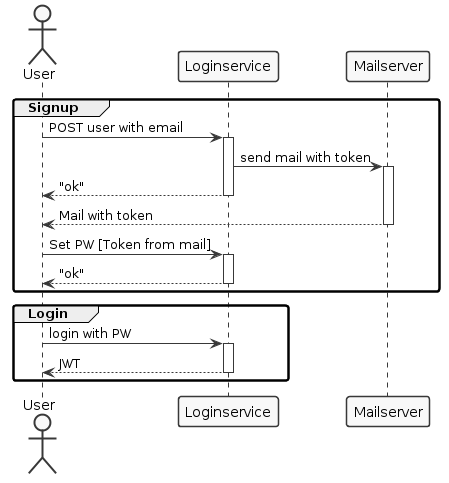
Above: signup.png in phuhl/apparts-login-server (PlantUML), before the change.
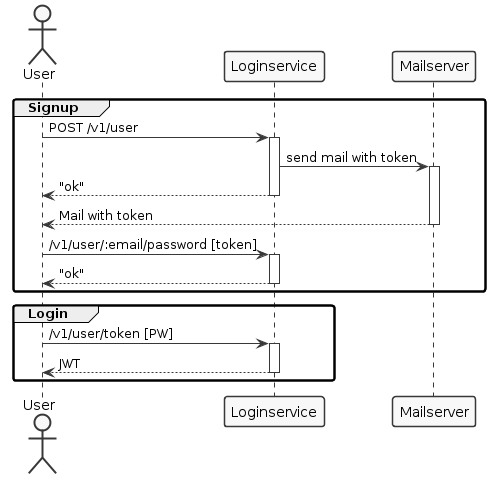
After the commit.

Change to the diagram source:
```diff
@@ -5,7 +5,7 @@
 actor User
 
 group Signup
-User -> Loginservice : POST user with email
+User -> Loginservice : POST /v1/user
 activate Loginservice
 Loginservice -> Mailserver : send mail with token
 activate Mailserver
@@ -14,14 +14,14 @@
 User <-- Mailserver : Mail with token
 deactivate Mailserver
 
-User -> Loginservice : Set PW [Token from mail]
+User -> Loginservice : /v1/user/:email/password [token]
 activate Loginservice
 User <-- Loginservice : "ok"
 deactivate Loginservice
 end
 
 group Login
-User -> Loginservice : login with PW
+User -> Loginservice : /v1/user/token [PW]
 activate Loginservice
 User <-- Loginservice : JWT
 deactivate Loginservice
```
